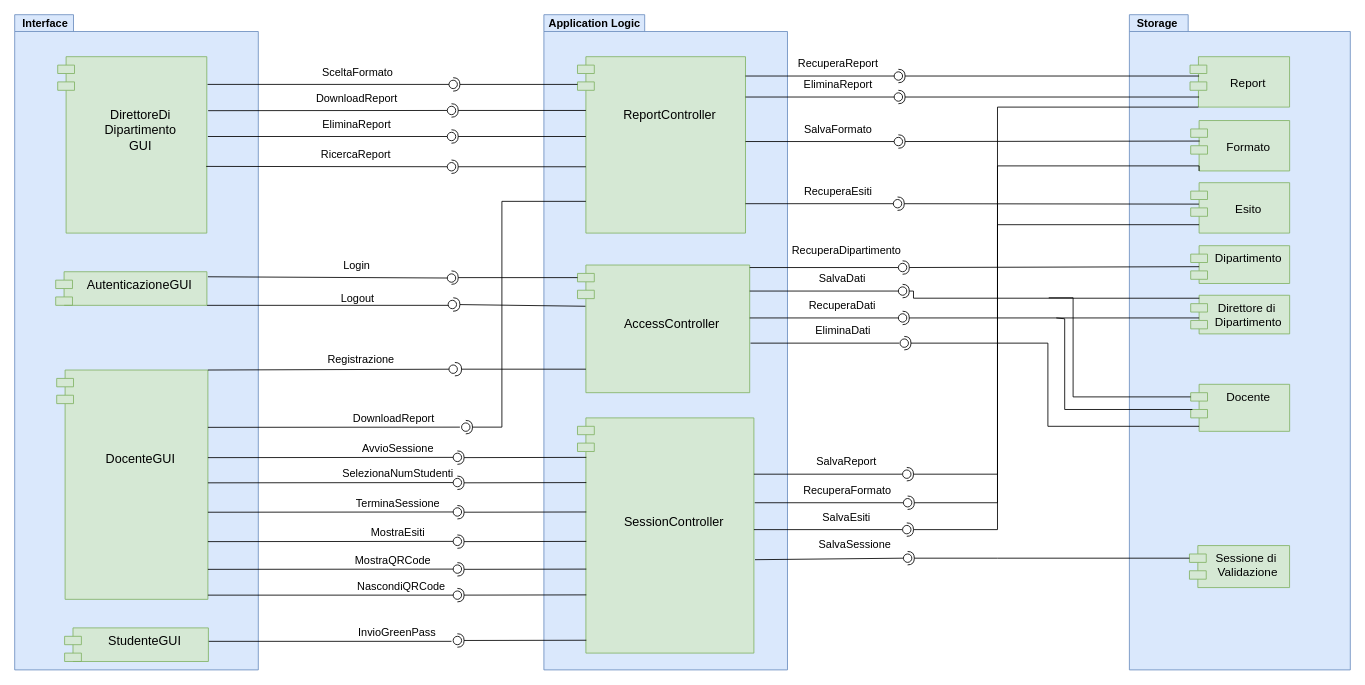
Alberto-00/EasyPass keeps this draw.io diagram as Documentazione/Resources/Servizi dei Sottosistemi/ServiziSottosistemi.drawio. Above is the earlier version. Source tidied: cells renumbered, new cells numbered last; positions are measured from the earlier drawing's top-left corner, leaving out a move shared by most shapes. Both pictures are drawn from the tidied source at 84%, with x=0, y=0 at pixel (14, 14).
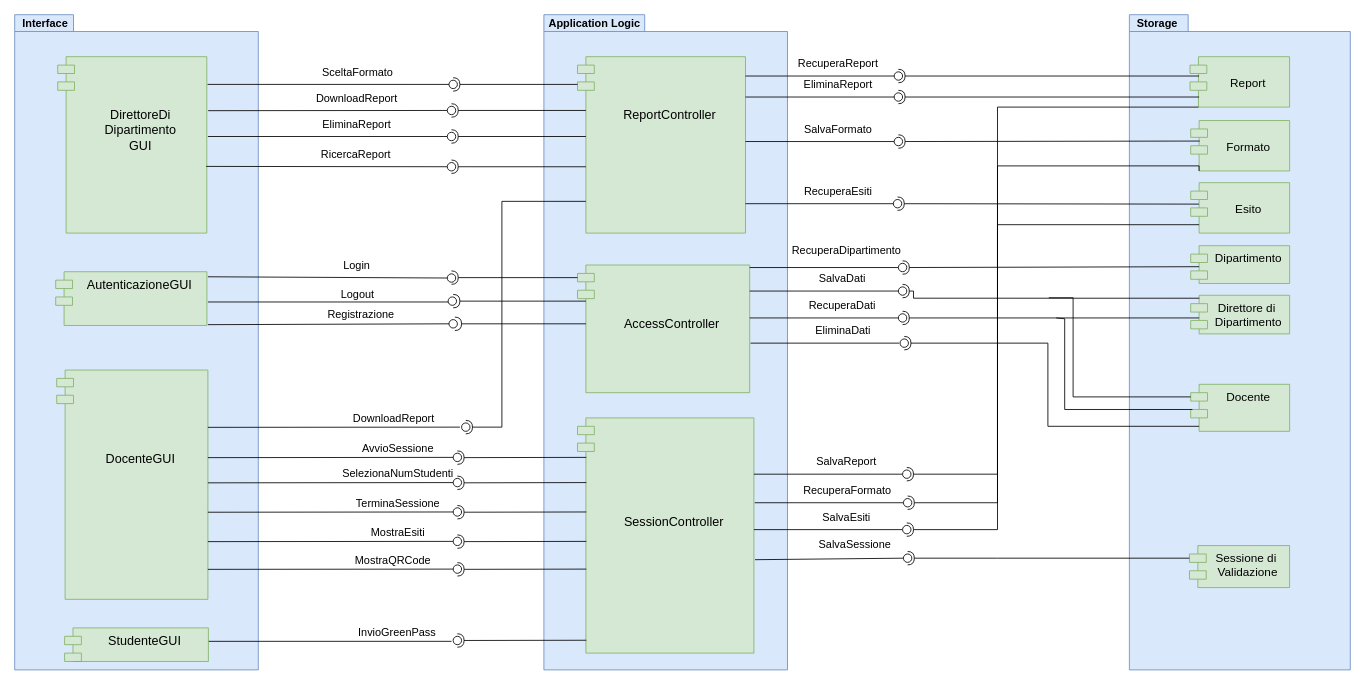
The same page after the edit.

Unchanged cells that the change refers to:
```xml
<mxCell id="17" value="&#10;&#10;&#10;&#10;&#10;DocenteGUI" style="shape=module;align=left;spacingLeft=20;align=center;verticalAlign=top;fillColor=#d5e8d4;strokeColor=#82b366;fontSize=15;" parent="1" vertex="1">
  <mxGeometry x="50" y="423" width="180" height="273" as="geometry" />
</mxCell>
<mxCell id="19" value="&#10;&#10;&#10;AccessController" style="shape=module;align=left;spacingLeft=20;align=center;verticalAlign=top;fillColor=#d5e8d4;strokeColor=#82b366;fontSize=15;" parent="1" vertex="1">
  <mxGeometry x="670" y="298" width="205" height="152" as="geometry" />
</mxCell>
```

Change to the diagram source:
```diff
@@
-    <mxCell id="23" value="&lt;font style=&quot;font-size: 13px&quot;&gt;Logout&lt;/font&gt;" style="rounded=0;jettySize=auto;html=1;endArrow=none;endFill=0;sketch=0;sourcePerimeterSpacing=0;targetPerimeterSpacing=0;exitX=1;exitY=1;exitDx=0;exitDy=0;" parent="1" edge="1" source="106">
+    <mxCell id="23" value="&lt;font style=&quot;font-size: 13px&quot;&gt;Logout&lt;/font&gt;" style="rounded=0;orthogonalLoop=1;jettySize=auto;html=1;endArrow=none;endFill=0;sketch=0;sourcePerimeterSpacing=0;targetPerimeterSpacing=0;" parent="1" edge="1">
       <mxGeometry x="0.23" y="9" relative="1" as="geometry">
-        <mxPoint x="520" y="346" as="targetPoint" />
+        <mxPoint x="230" y="342" as="sourcePoint" />
+        <mxPoint x="520" y="342" as="targetPoint" />
       </mxGeometry>
     </mxCell>
     <mxCell id="24" style="ellipse;whiteSpace=wrap;html=1;align=center;sketch=0;" parent="1" vertex="1">
-      <mxGeometry x="516" y="340" width="10" height="10" as="geometry" />
+      <mxGeometry x="516" y="336" width="10" height="10" as="geometry" />
     </mxCell>
@@
-    <mxCell id="39" value="&lt;font style=&quot;font-size: 13px&quot;&gt;Registrazione&lt;/font&gt;" style="rounded=0;jettySize=auto;html=1;endArrow=none;endFill=0;sketch=0;sourcePerimeterSpacing=0;targetPerimeterSpacing=0;exitX=1;exitY=0;exitDx=0;exitDy=0;" parent="1" edge="1" source="17" target="41">
-      <mxGeometry x="0.27" y="12" relative="1" as="geometry" />
+    <mxCell id="39" value="&lt;font style=&quot;font-size: 13px&quot;&gt;Registrazione&lt;/font&gt;" style="rounded=0;orthogonalLoop=1;jettySize=auto;html=1;endArrow=none;endFill=0;sketch=0;sourcePerimeterSpacing=0;targetPerimeterSpacing=0;exitX=1;exitY=0;exitDx=0;exitDy=0;" parent="1" edge="1">
+      <mxGeometry x="0.27" y="12" relative="1" as="geometry">
+        <mxPoint x="230" y="369" as="sourcePoint" />
+        <mxPoint x="517" y="368" as="targetPoint" />
+      </mxGeometry>
     </mxCell>
     <mxCell id="40" style="rounded=0;orthogonalLoop=1;jettySize=auto;html=1;endArrow=halfCircle;endFill=0;endSize=6;strokeWidth=1;sketch=0;" parent="1" edge="1">
       <mxGeometry relative="1" as="geometry">
-        <mxPoint x="680" y="422" as="sourcePoint" />
-        <mxPoint x="524" y="422" as="targetPoint" />
+        <mxPoint x="680" y="368" as="sourcePoint" />
+        <mxPoint x="524" y="368" as="targetPoint" />
       </mxGeometry>
     </mxCell>
     <mxCell id="41" style="ellipse;whiteSpace=wrap;html=1;align=center;points=[];outlineConnect=0;sketch=0;" parent="1" vertex="1">
-      <mxGeometry x="517" y="417" width="10" height="10" as="geometry" />
+      <mxGeometry x="517" y="363" width="10" height="10" as="geometry" />
     </mxCell>
-    <mxCell id="42" value="&lt;font style=&quot;font-size: 13px&quot;&gt;NascondiQRCode&lt;/font&gt;" style="rounded=0;jettySize=auto;html=1;endArrow=none;endFill=0;sketch=0;sourcePerimeterSpacing=0;targetPerimeterSpacing=0;exitX=1;exitY=1;exitDx=0;exitDy=0;" parent="1" edge="1" target="44">
-      <mxGeometry x="0.55" y="11" relative="1" as="geometry">
-        <mxPoint x="230" y="691" as="sourcePoint" />
-        <Array as="points">
-          <mxPoint x="527" y="691" />
-        </Array>
-      </mxGeometry>
-    </mxCell>
-    <mxCell id="43" style="rounded=0;orthogonalLoop=1;jettySize=auto;html=1;endArrow=halfCircle;endFill=0;endSize=6;strokeWidth=1;sketch=0;exitX=0.05;exitY=0.953;exitDx=0;exitDy=0;exitPerimeter=0;" parent="1" edge="1">
-      <mxGeometry relative="1" as="geometry">
-        <mxPoint x="680.5" y="690.7" as="sourcePoint" />
-        <mxPoint x="527" y="691" as="targetPoint" />
-      </mxGeometry>
-    </mxCell>
-    <mxCell id="44" style="ellipse;whiteSpace=wrap;html=1;align=center;points=[];outlineConnect=0;sketch=0;" parent="1" vertex="1">
-      <mxGeometry x="522" y="686" width="10" height="10" as="geometry" />
-    </mxCell>
@@
-    <mxCell id="82" style="rounded=0;jettySize=auto;html=1;endArrow=halfCircle;endFill=0;endSize=6;strokeWidth=1;sketch=0;exitX=0.046;exitY=0.323;exitDx=0;exitDy=0;exitPerimeter=0;" parent="1" edge="1" source="19">
+    <mxCell id="82" style="rounded=0;orthogonalLoop=1;jettySize=auto;html=1;endArrow=halfCircle;endFill=0;endSize=6;strokeWidth=1;sketch=0;" parent="1" edge="1">
       <mxGeometry relative="1" as="geometry">
-        <mxPoint x="522" y="345" as="targetPoint" />
+        <mxPoint x="680" y="341" as="sourcePoint" />
+        <mxPoint x="522" y="341" as="targetPoint" />
       </mxGeometry>
     </mxCell>
@@
     <mxCell id="106" value="AutenticazioneGUI" style="shape=module;align=left;spacingLeft=20;align=center;verticalAlign=top;fillColor=#d5e8d4;strokeColor=#82b366;fontSize=15;" parent="1" vertex="1">
-      <mxGeometry x="48.8" y="306" width="180" height="40" as="geometry" />
+      <mxGeometry x="48.8" y="306" width="180" height="64" as="geometry" />
     </mxCell>
```
